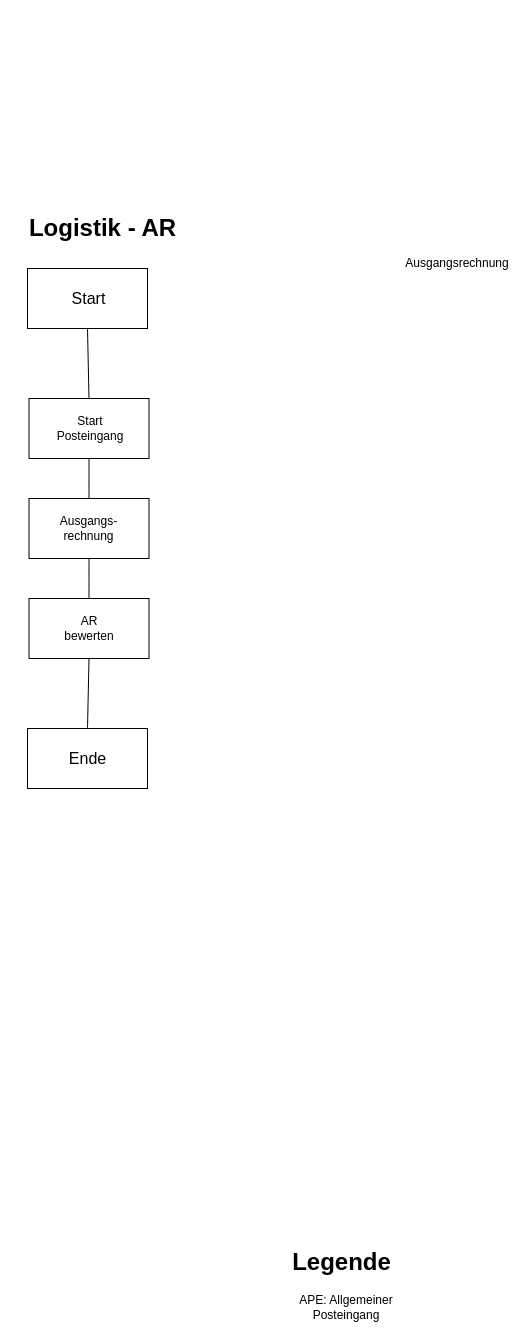
RobertWichtendahl/to-do-app keeps this draw.io diagram as page "AR" (2 of 5) of Unbenanntes Diagramm.drawio. Above is the earlier version. Source tidied: cells renumbered, new cells numbered last; positions are measured from the earlier drawing's top-left corner, leaving out a move shared by most shapes. Both pictures are drawn from the tidied source at 100%, with x=0, y=0 at pixel (17, 208).
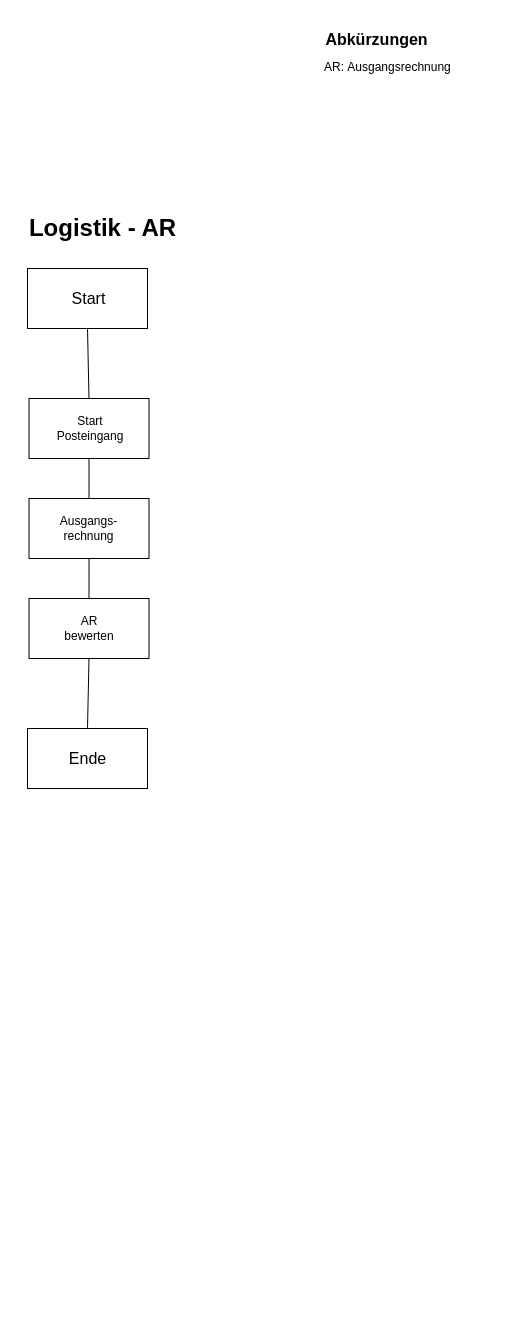
The same page after the edit.

Diff of the diagram source:
```diff
@@
-    <mxCell id="3" value="Legende" style="text;strokeColor=none;fillColor=none;html=1;fontSize=24;fontStyle=1;verticalAlign=middle;align=center;" parent="1" vertex="1">
-      <mxGeometry x="274" y="1034" width="100" height="40" as="geometry" />
-    </mxCell>
@@
-    <mxCell id="8" value="APE: Allgemeiner Posteingang" style="text;html=1;whiteSpace=wrap;strokeColor=none;fillColor=none;align=center;verticalAlign=middle;rounded=0;" parent="1" vertex="1">
-      <mxGeometry x="274" y="1084" width="110" height="30" as="geometry" />
-    </mxCell>
@@
-    <mxCell id="19" value="Ausgangsrechnung" style="text;html=1;whiteSpace=wrap;strokeColor=none;fillColor=none;align=center;verticalAlign=middle;rounded=0;" parent="1" vertex="1">
-      <mxGeometry x="410" y="40" width="60" height="30" as="geometry" />
-    </mxCell>
+    <mxCell id="20" value="&lt;font style=&quot;font-size: 16px;&quot;&gt;Abkürzungen&lt;/font&gt;" style="text;strokeColor=none;fillColor=none;html=1;fontSize=24;fontStyle=1;verticalAlign=middle;align=center;" parent="1" vertex="1">
+      <mxGeometry x="309" y="-191" width="100" height="40" as="geometry" />
+    </mxCell>
+    <mxCell id="21" value="AR:&amp;nbsp;Ausgangsrechnung" style="text;html=1;whiteSpace=wrap;strokeColor=none;fillColor=none;align=left;verticalAlign=middle;rounded=0;" parent="1" vertex="1">
+      <mxGeometry x="305" y="-156" width="110" height="30" as="geometry" />
+    </mxCell>
```
